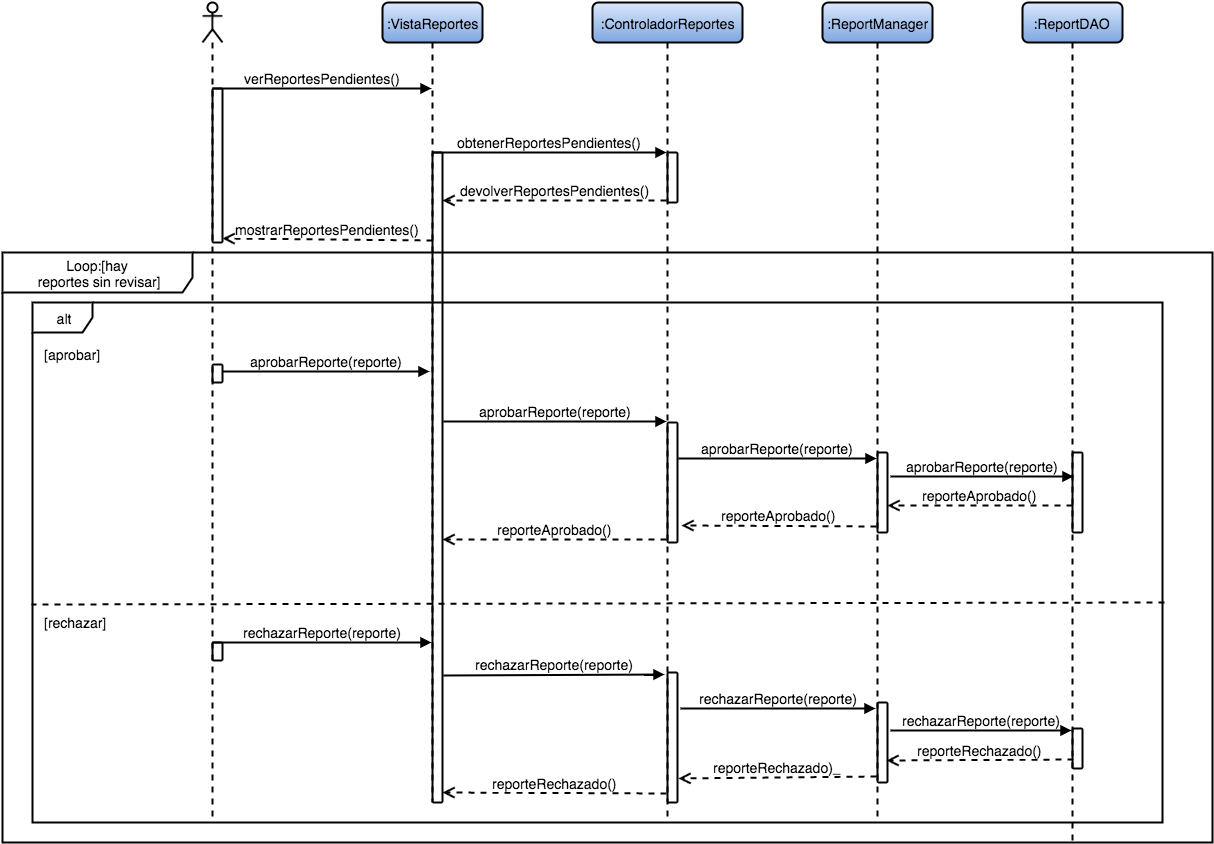
susana1710/libro-pasantia keeps this draw.io diagram as imagenes/secuencia_revisar_reporte.png. Above is the earlier version. Source tidied: cells renumbered, new cells last; positions are measured from the earlier drawing's top-left corner, leaving out a move shared by most shapes.
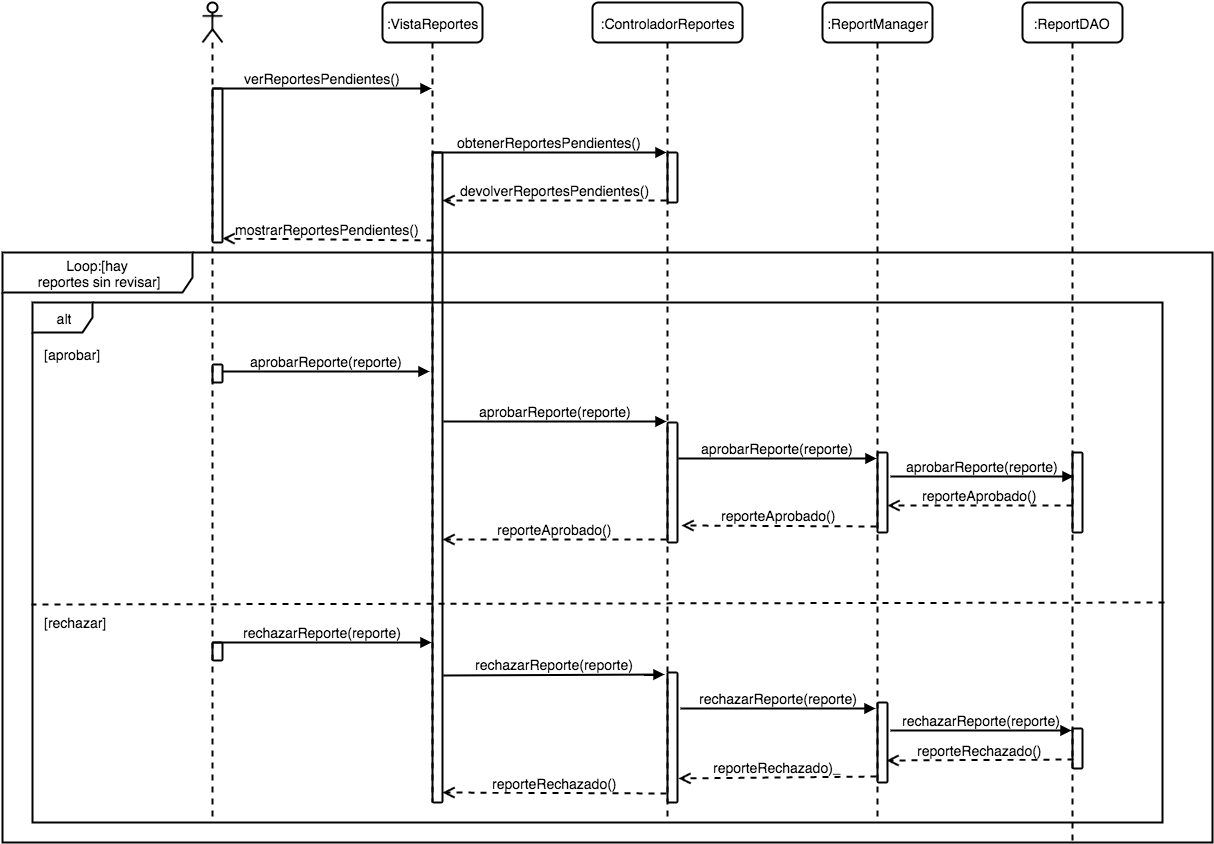
After the commit.

What changed in the source:
```diff
@@ -5,7 +5,7 @@
     <mxCell id="2" style="shape=umlLifeline;participant=umlActor;perimeter=lifelinePerimeter;whiteSpace=wrap;html=1;verticalAlign=top;spacingTop=36;labelBackgroundColor=#ffffff;outlineConnect=0;rounded=1;shadow=0;glass=0;comic=0;strokeWidth=2;fillColor=none;fontSize=14;" parent="1" vertex="1">
       <mxGeometry x="200" width="20" height="820" as="geometry" />
     </mxCell>
-    <mxCell id="3" value=":VistaReportes" style="shape=umlLifeline;perimeter=lifelinePerimeter;whiteSpace=wrap;html=1;outlineConnect=0;rounded=1;shadow=0;glass=0;comic=0;strokeWidth=2;fontSize=14;plain-blue;strokeColor=#000000;" parent="1" vertex="1">
+    <mxCell id="3" value=":VistaReportes" style="shape=umlLifeline;perimeter=lifelinePerimeter;whiteSpace=wrap;html=1;outlineConnect=0;rounded=1;shadow=0;glass=0;comic=0;strokeWidth=2;fillColor=none;fontSize=14;" parent="1" vertex="1">
       <mxGeometry x="380" width="100" height="800" as="geometry" />
     </mxCell>
     <mxCell id="4" value="verReportesPendientes()" style="html=1;verticalAlign=bottom;endArrow=block;strokeWidth=2;fontSize=14;" parent="1" edge="1" target="3">
@@ -13,7 +13,7 @@
         <mxPoint x="210" y="86" as="sourcePoint" />
       </mxGeometry>
     </mxCell>
-    <mxCell id="5" value=":ControladorReportes" style="shape=umlLifeline;perimeter=lifelinePerimeter;whiteSpace=wrap;html=1;outlineConnect=0;rounded=1;shadow=0;glass=0;comic=0;strokeWidth=2;fontSize=14;plain-blue;strokeColor=#000000;" parent="1" vertex="1">
+    <mxCell id="5" value=":ControladorReportes" style="shape=umlLifeline;perimeter=lifelinePerimeter;whiteSpace=wrap;html=1;outlineConnect=0;rounded=1;shadow=0;glass=0;comic=0;strokeWidth=2;fillColor=none;fontSize=14;" parent="1" vertex="1">
       <mxGeometry x="590" width="150" height="820" as="geometry" />
     </mxCell>
     <mxCell id="6" style="html=1;perimeter=orthogonalPerimeter;rounded=1;shadow=0;glass=0;comic=0;strokeWidth=2;fillColor=none;fontSize=14;" parent="5" vertex="1">
@@ -24,7 +24,7 @@
         <mxPoint x="430" y="150" as="sourcePoint" />
       </mxGeometry>
     </mxCell>
-    <mxCell id="8" value=":ReportManager" style="shape=umlLifeline;perimeter=lifelinePerimeter;whiteSpace=wrap;html=1;rounded=1;shadow=0;glass=0;comic=0;strokeWidth=2;fontSize=14;plain-blue;strokeColor=#000000;" parent="1" vertex="1">
+    <mxCell id="8" value=":ReportManager" style="shape=umlLifeline;perimeter=lifelinePerimeter;whiteSpace=wrap;html=1;rounded=1;shadow=0;glass=0;comic=0;strokeWidth=2;fillColor=none;fontSize=14;" parent="1" vertex="1">
       <mxGeometry x="820" width="110" height="820" as="geometry" />
     </mxCell>
     <mxCell id="9" style="html=1;points=[];perimeter=orthogonalPerimeter;rounded=1;shadow=0;glass=0;comic=0;strokeWidth=2;fillColor=none;fontSize=14;" parent="8" vertex="1">
@@ -83,7 +83,7 @@
     <mxCell id="22" style="html=1;points=[];perimeter=orthogonalPerimeter;rounded=1;shadow=0;glass=0;comic=0;strokeWidth=2;fillColor=none;fontSize=14;" parent="1" vertex="1">
       <mxGeometry x="875" y="450" width="10" height="80" as="geometry" />
     </mxCell>
-    <mxCell id="23" value=":ReportDAO" style="shape=umlLifeline;perimeter=lifelinePerimeter;whiteSpace=wrap;html=1;outlineConnect=0;rounded=1;shadow=0;glass=0;comic=0;strokeWidth=2;fontSize=14;plain-blue;strokeColor=#000000;" parent="1" vertex="1">
+    <mxCell id="23" value=":ReportDAO" style="shape=umlLifeline;perimeter=lifelinePerimeter;whiteSpace=wrap;html=1;outlineConnect=0;rounded=1;shadow=0;glass=0;comic=0;strokeWidth=2;fillColor=none;fontSize=14;" parent="1" vertex="1">
       <mxGeometry x="1020" width="100" height="840" as="geometry" />
     </mxCell>
     <mxCell id="24" style="html=1;points=[];perimeter=orthogonalPerimeter;rounded=1;shadow=0;glass=0;comic=0;strokeWidth=2;fillColor=none;fontSize=14;" parent="23" vertex="1">
```
